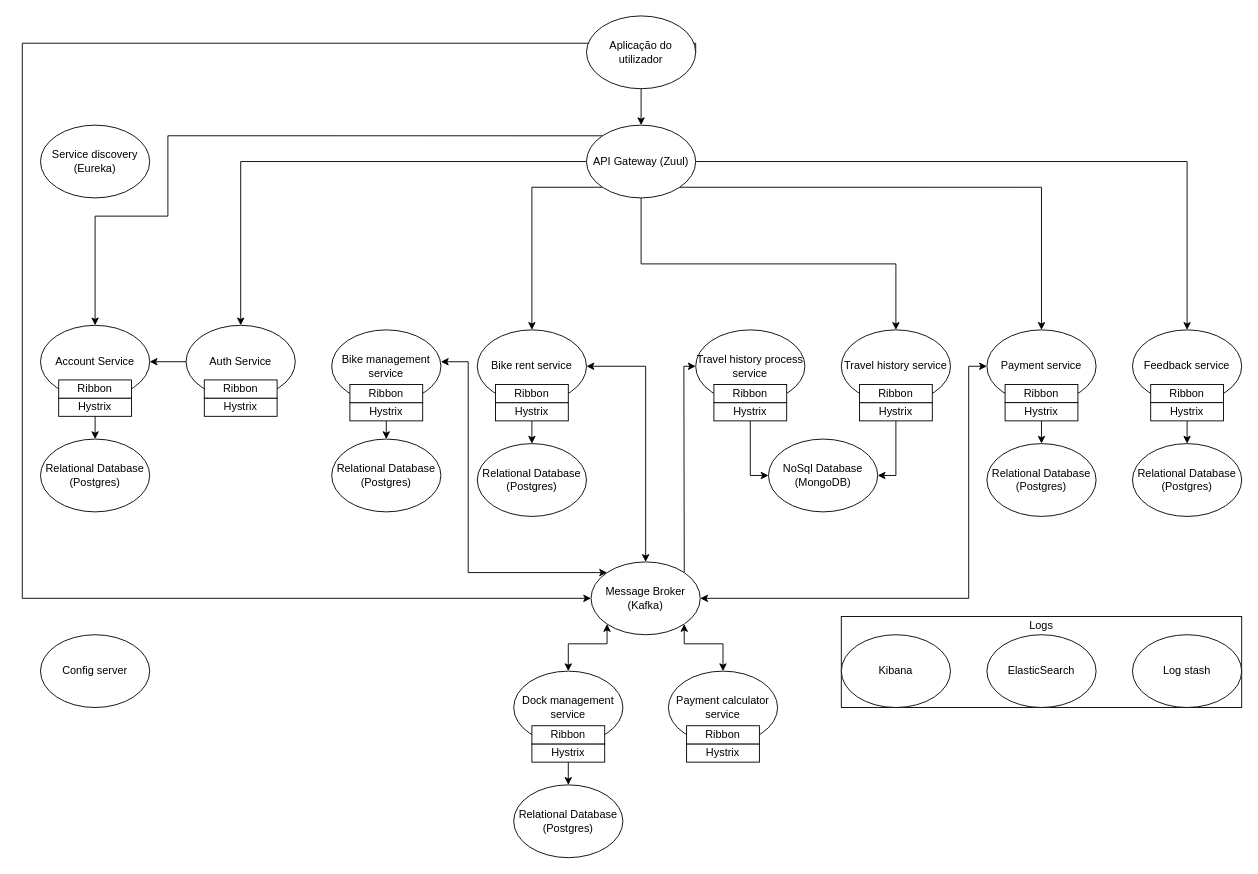
Before: architecture.drawio in danielpinto8zz6/BikeSharing, a draw.io diagram. Source tidied: cells renumbered, new cells numbered last; positions are measured from the earlier drawing's top-left corner, leaving out a move shared by most shapes. Both pictures are drawn from the tidied source at 91%, with x=0, y=0 at pixel (22, 15).
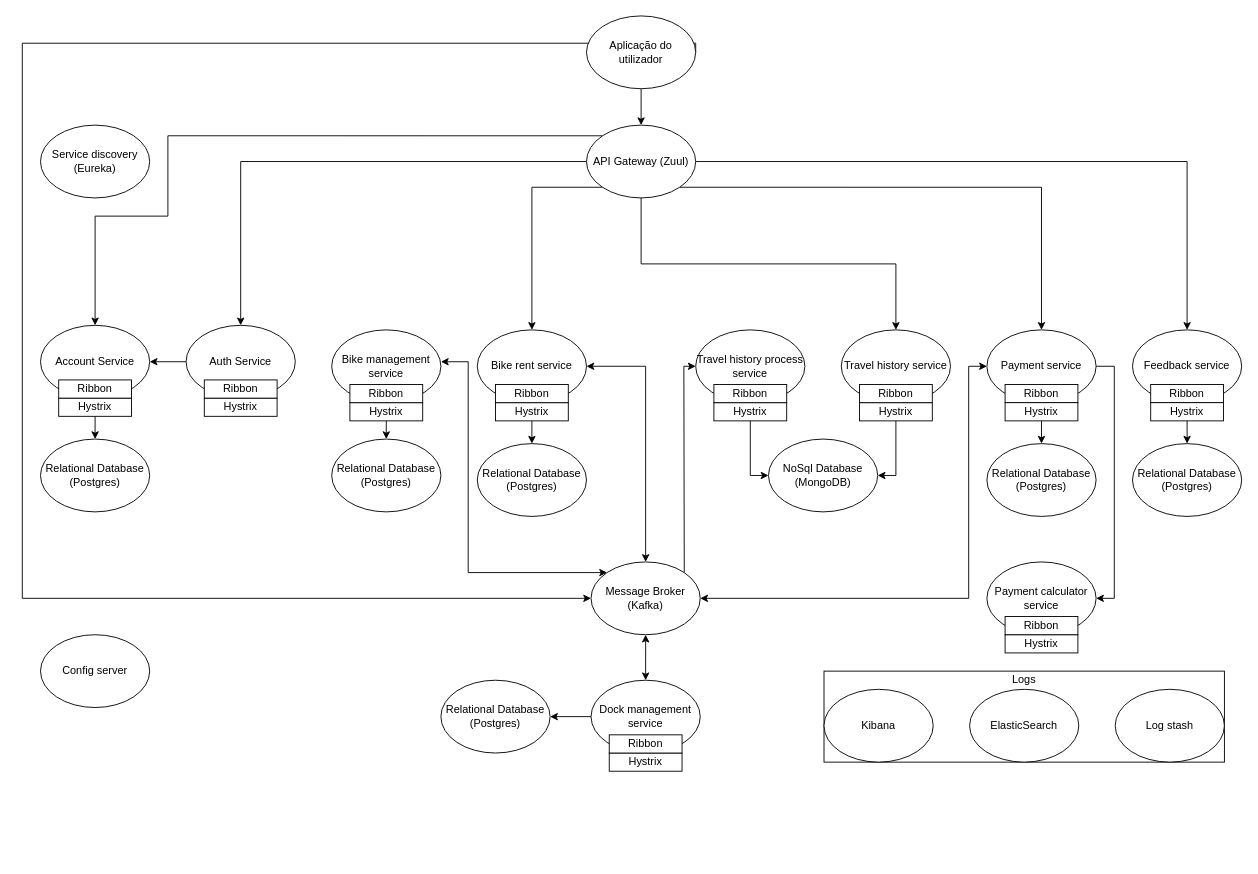
Above is the later version.

Unchanged cells that the change refers to:
```xml
<mxCell id="18" value="Payment service" style="ellipse;whiteSpace=wrap;html=1;" parent="1" vertex="1">
  <mxGeometry x="1060" y="345" width="120" height="80" as="geometry" />
</mxCell>
<mxCell id="43" value="Message Broker (Kafka)" style="ellipse;whiteSpace=wrap;html=1;" parent="1" vertex="1">
  <mxGeometry x="625" y="600" width="120" height="80" as="geometry" />
</mxCell>
<mxCell id="70" value="&lt;div&gt;Dock management service&lt;/div&gt;" style="ellipse;whiteSpace=wrap;html=1;" parent="69" vertex="1">
  <mxGeometry width="120" height="80" as="geometry" />
</mxCell>
<mxCell id="75" value="Payment calculator service" style="ellipse;whiteSpace=wrap;html=1;" parent="74" vertex="1">
  <mxGeometry width="120" height="80" as="geometry" />
</mxCell>
```

What changed in the source:
```diff
@@
+    <mxCell id="81" style="edgeStyle=orthogonalEdgeStyle;rounded=0;jettySize=auto;html=1;exitX=1;exitY=0.5;exitDx=0;exitDy=0;entryX=1;entryY=0.5;entryDx=0;entryDy=0;" parent="1" edge="1" source="18" target="75">
+      <mxGeometry relative="1" as="geometry" />
+    </mxCell>
@@
     <mxCell id="23" style="group;" parent="1" vertex="1">
-      <mxGeometry x="900" y="680" width="440" height="80" as="geometry" />
+      <mxGeometry x="881" y="740" width="440" height="80" as="geometry" />
     </mxCell>
@@
     <mxCell id="39" value="Relational Database (Postgres)" style="ellipse;whiteSpace=wrap;html=1;" parent="1" vertex="1">
-      <mxGeometry x="540" y="845" width="120" height="80" as="geometry" />
+      <mxGeometry x="460" y="730" width="120" height="80" as="geometry" />
     </mxCell>
@@
-    <mxCell id="67" style="endArrow=classic;startArrow=classic;html=1;entryX=0.5;entryY=0;entryDx=0;entryDy=0;edgeStyle=orthogonalEdgeStyle;rounded=0;exitX=1;exitY=1;exitDx=0;exitDy=0;" parent="1" edge="1" source="43" target="75">
-      <mxGeometry relative="1" as="geometry">
-        <Array as="points">
-          <mxPoint x="727" y="690" />
-          <mxPoint x="770" y="690" />
-        </Array>
-      </mxGeometry>
-    </mxCell>
-    <mxCell id="68" style="endArrow=classic;startArrow=classic;html=1;entryX=0;entryY=1;entryDx=0;entryDy=0;edgeStyle=orthogonalEdgeStyle;rounded=0;exitX=0.5;exitY=0;exitDx=0;exitDy=0;" parent="1" edge="1" source="70" target="43">
+    <mxCell id="68" style="endArrow=classic;startArrow=classic;html=1;entryX=0.5;entryY=1;entryDx=0;entryDy=0;edgeStyle=orthogonalEdgeStyle;rounded=0;exitX=0.5;exitY=0;exitDx=0;exitDy=0;" parent="1" edge="1" source="70" target="43">
       <mxGeometry relative="1" as="geometry">
         <Array as="points">
-          <mxPoint x="600" y="690" />
-          <mxPoint x="643" y="690" />
+          <mxPoint x="685" y="700" />
+          <mxPoint x="685" y="700" />
         </Array>
       </mxGeometry>
     </mxCell>
     <mxCell id="69" style="group;" parent="1" vertex="1">
-      <mxGeometry x="540" y="720" width="120" height="100" as="geometry" />
+      <mxGeometry x="625" y="730" width="120" height="100" as="geometry" />
     </mxCell>
@@
     <mxCell id="74" style="group;" parent="1" vertex="1">
-      <mxGeometry x="710" y="720" width="120" height="100" as="geometry" />
+      <mxGeometry x="1060" y="600" width="120" height="100" as="geometry" />
     </mxCell>
```
